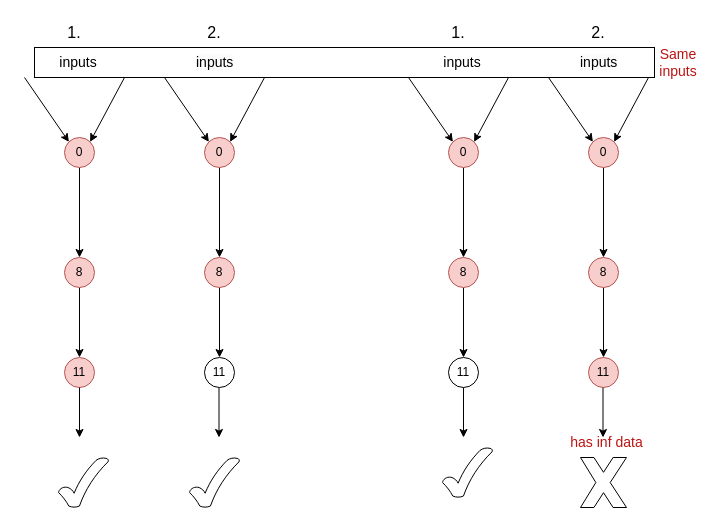
This is node.drawio from ABigDoge/MyDiagrams, a draw.io file, before an edit. Source tidied: cells renumbered, new cells numbered last; positions are measured from the earlier drawing's top-left corner, leaving out a move shared by most shapes. Both pictures are drawn from the tidied source at 100%, with x=0, y=0 at pixel (24, 17).
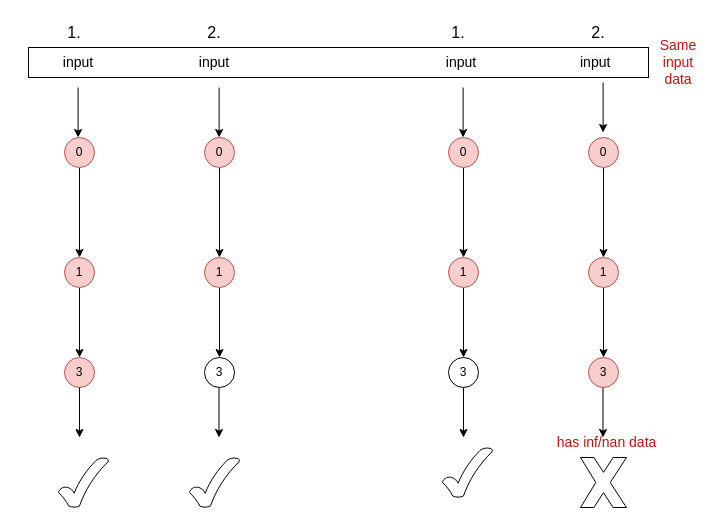
Above is the later version.

Unchanged cells that the change refers to:
```xml
<mxCell id="3" value="0" style="ellipse;whiteSpace=wrap;html=1;fillColor=#f8cecc;strokeColor=#b85450;" parent="1" vertex="1">
  <mxGeometry x="40" y="120" width="30" height="30" as="geometry" />
</mxCell>
<mxCell id="10" value="0" style="ellipse;whiteSpace=wrap;html=1;fillColor=#f8cecc;strokeColor=#b85450;" parent="1" vertex="1">
  <mxGeometry x="180" y="120" width="30" height="30" as="geometry" />
</mxCell>
<mxCell id="23" value="0" style="ellipse;whiteSpace=wrap;html=1;fillColor=#f8cecc;strokeColor=#b85450;" parent="1" vertex="1">
  <mxGeometry x="424" y="120" width="30" height="30" as="geometry" />
</mxCell>
<mxCell id="30" value="0" style="ellipse;whiteSpace=wrap;html=1;fillColor=#f8cecc;strokeColor=#b85450;" parent="1" vertex="1">
  <mxGeometry x="564" y="120" width="30" height="30" as="geometry" />
</mxCell>
```

Change to the diagram source:
```diff
@@
-    <mxCell id="5" value="8" style="ellipse;whiteSpace=wrap;html=1;fillColor=#f8cecc;strokeColor=#b85450;" parent="1" vertex="1">
+    <mxCell id="5" value="1" style="ellipse;whiteSpace=wrap;html=1;fillColor=#f8cecc;strokeColor=#b85450;" parent="1" vertex="1">
       <mxGeometry x="40" y="240" width="30" height="30" as="geometry" />
     </mxCell>
-    <mxCell id="6" value="11" style="ellipse;whiteSpace=wrap;html=1;fillColor=#f8cecc;strokeColor=#b85450;" parent="1" vertex="1">
+    <mxCell id="6" value="3" style="ellipse;whiteSpace=wrap;html=1;fillColor=#f8cecc;strokeColor=#b85450;" parent="1" vertex="1">
       <mxGeometry x="40" y="340" width="30" height="30" as="geometry" />
     </mxCell>
-    <mxCell id="7" style="endArrow=classic;html=1;rounded=0;entryX=0;entryY=0;entryDx=0;entryDy=0;" parent="1" edge="1" target="3">
-      <mxGeometry relative="1" as="geometry">
-        <mxPoint y="60" as="sourcePoint" />
-      </mxGeometry>
-    </mxCell>
-    <mxCell id="8" style="endArrow=classic;html=1;rounded=0;entryX=1;entryY=0;entryDx=0;entryDy=0;" parent="1" edge="1" target="3">
-      <mxGeometry relative="1" as="geometry">
-        <mxPoint x="100" y="60" as="sourcePoint" />
-      </mxGeometry>
-    </mxCell>
@@
-    <mxCell id="12" value="8" style="ellipse;whiteSpace=wrap;html=1;fillColor=#f8cecc;strokeColor=#b85450;" parent="1" vertex="1">
+    <mxCell id="12" value="1" style="ellipse;whiteSpace=wrap;html=1;fillColor=#f8cecc;strokeColor=#b85450;" parent="1" vertex="1">
       <mxGeometry x="180" y="240" width="30" height="30" as="geometry" />
     </mxCell>
-    <mxCell id="13" value="11" style="ellipse;whiteSpace=wrap;html=1;" parent="1" vertex="1">
+    <mxCell id="13" value="3" style="ellipse;whiteSpace=wrap;html=1;" parent="1" vertex="1">
       <mxGeometry x="180" y="340" width="30" height="30" as="geometry" />
     </mxCell>
-    <mxCell id="14" style="endArrow=classic;html=1;rounded=0;entryX=0;entryY=0;entryDx=0;entryDy=0;" parent="1" edge="1" target="10">
-      <mxGeometry relative="1" as="geometry">
-        <mxPoint x="140" y="60" as="sourcePoint" />
-      </mxGeometry>
-    </mxCell>
-    <mxCell id="15" style="endArrow=classic;html=1;rounded=0;entryX=1;entryY=0;entryDx=0;entryDy=0;" parent="1" edge="1" target="10">
-      <mxGeometry relative="1" as="geometry">
-        <mxPoint x="240" y="60" as="sourcePoint" />
-      </mxGeometry>
-    </mxCell>
-    <mxCell id="16" value="&lt;font style=&quot;font-size: 14px;&quot;&gt;inputs&lt;/font&gt;" style="text;html=1;strokeColor=none;fillColor=none;align=center;verticalAlign=middle;whiteSpace=wrap;rounded=0;" parent="1" vertex="1">
+    <mxCell id="16" value="&lt;font style=&quot;font-size: 14px;&quot;&gt;input&lt;/font&gt;" style="text;html=1;strokeColor=none;fillColor=none;align=center;verticalAlign=middle;whiteSpace=wrap;rounded=0;" parent="1" vertex="1">
       <mxGeometry x="24" y="30" width="60" height="30" as="geometry" />
     </mxCell>
-    <mxCell id="17" value="&lt;span style=&quot;color: rgb(0, 0, 0); font-family: Helvetica; font-size: 14px; font-style: normal; font-variant-ligatures: normal; font-variant-caps: normal; font-weight: 400; letter-spacing: normal; orphans: 2; text-align: center; text-indent: 0px; text-transform: none; widows: 2; word-spacing: 0px; -webkit-text-stroke-width: 0px; background-color: rgb(251, 251, 251); text-decoration-thickness: initial; text-decoration-style: initial; text-decoration-color: initial; float: none; display: inline !important;&quot;&gt;inputs&lt;/span&gt;" style="text;whiteSpace=wrap;html=1;" parent="1" vertex="1">
-      <mxGeometry x="170" y="30" width="70" height="40" as="geometry" />
-    </mxCell>
@@
-    <mxCell id="25" value="8" style="ellipse;whiteSpace=wrap;html=1;fillColor=#f8cecc;strokeColor=#b85450;" parent="1" vertex="1">
+    <mxCell id="25" value="1" style="ellipse;whiteSpace=wrap;html=1;fillColor=#f8cecc;strokeColor=#b85450;" parent="1" vertex="1">
       <mxGeometry x="424" y="240" width="30" height="30" as="geometry" />
     </mxCell>
-    <mxCell id="26" value="11" style="ellipse;whiteSpace=wrap;html=1;" parent="1" vertex="1">
+    <mxCell id="26" value="3" style="ellipse;whiteSpace=wrap;html=1;" parent="1" vertex="1">
       <mxGeometry x="424" y="340" width="30" height="30" as="geometry" />
     </mxCell>
-    <mxCell id="27" style="endArrow=classic;html=1;rounded=0;entryX=0;entryY=0;entryDx=0;entryDy=0;" parent="1" edge="1" target="23">
-      <mxGeometry relative="1" as="geometry">
-        <mxPoint x="384" y="60" as="sourcePoint" />
-      </mxGeometry>
-    </mxCell>
-    <mxCell id="28" style="endArrow=classic;html=1;rounded=0;entryX=1;entryY=0;entryDx=0;entryDy=0;" parent="1" edge="1" target="23">
-      <mxGeometry relative="1" as="geometry">
-        <mxPoint x="484" y="60" as="sourcePoint" />
-      </mxGeometry>
-    </mxCell>
@@
-    <mxCell id="32" value="8" style="ellipse;whiteSpace=wrap;html=1;fillColor=#f8cecc;strokeColor=#b85450;" parent="1" vertex="1">
+    <mxCell id="32" value="1" style="ellipse;whiteSpace=wrap;html=1;fillColor=#f8cecc;strokeColor=#b85450;" parent="1" vertex="1">
       <mxGeometry x="564" y="240" width="30" height="30" as="geometry" />
     </mxCell>
-    <mxCell id="33" value="11" style="ellipse;whiteSpace=wrap;html=1;fillColor=#f8cecc;strokeColor=#b85450;" parent="1" vertex="1">
+    <mxCell id="33" value="3" style="ellipse;whiteSpace=wrap;html=1;fillColor=#f8cecc;strokeColor=#b85450;" parent="1" vertex="1">
       <mxGeometry x="564" y="340" width="30" height="30" as="geometry" />
     </mxCell>
-    <mxCell id="34" style="endArrow=classic;html=1;rounded=0;entryX=0;entryY=0;entryDx=0;entryDy=0;" parent="1" edge="1" target="30">
-      <mxGeometry relative="1" as="geometry">
-        <mxPoint x="524" y="60" as="sourcePoint" />
-      </mxGeometry>
-    </mxCell>
-    <mxCell id="35" style="endArrow=classic;html=1;rounded=0;entryX=1;entryY=0;entryDx=0;entryDy=0;" parent="1" edge="1" target="30">
-      <mxGeometry relative="1" as="geometry">
-        <mxPoint x="624" y="60" as="sourcePoint" />
-      </mxGeometry>
-    </mxCell>
-    <mxCell id="36" value="&lt;font style=&quot;font-size: 14px;&quot;&gt;inputs&lt;/font&gt;" style="text;html=1;strokeColor=none;fillColor=none;align=center;verticalAlign=middle;whiteSpace=wrap;rounded=0;" parent="1" vertex="1">
-      <mxGeometry x="408" y="30" width="60" height="30" as="geometry" />
-    </mxCell>
-    <mxCell id="37" value="&lt;span style=&quot;color: rgb(0, 0, 0); font-family: Helvetica; font-size: 14px; font-style: normal; font-variant-ligatures: normal; font-variant-caps: normal; font-weight: 400; letter-spacing: normal; orphans: 2; text-align: center; text-indent: 0px; text-transform: none; widows: 2; word-spacing: 0px; -webkit-text-stroke-width: 0px; background-color: rgb(251, 251, 251); text-decoration-thickness: initial; text-decoration-style: initial; text-decoration-color: initial; float: none; display: inline !important;&quot;&gt;inputs&lt;/span&gt;" style="text;whiteSpace=wrap;html=1;" parent="1" vertex="1">
+    <mxCell id="37" value="&lt;span style=&quot;color: rgb(0, 0, 0); font-family: Helvetica; font-size: 14px; font-style: normal; font-variant-ligatures: normal; font-variant-caps: normal; font-weight: 400; letter-spacing: normal; orphans: 2; text-align: center; text-indent: 0px; text-transform: none; widows: 2; word-spacing: 0px; -webkit-text-stroke-width: 0px; background-color: rgb(251, 251, 251); text-decoration-thickness: initial; text-decoration-style: initial; text-decoration-color: initial; float: none; display: inline !important;&quot;&gt;input&lt;/span&gt;" style="text;whiteSpace=wrap;html=1;" parent="1" vertex="1">
       <mxGeometry x="554" y="30" width="70" height="40" as="geometry" />
     </mxCell>
@@
     <mxCell id="42" style="rounded=0;whiteSpace=wrap;html=1;fillColor=none;" parent="1" vertex="1">
-      <mxGeometry x="10" y="30" width="620" height="30" as="geometry" />
+      <mxGeometry x="4" y="30" width="620" height="30" as="geometry" />
     </mxCell>
-    <mxCell id="43" value="&lt;font color=&quot;#bd1313&quot; style=&quot;font-size: 14px;&quot;&gt;Same inputs&lt;/font&gt;" style="text;html=1;strokeColor=none;fillColor=none;align=center;verticalAlign=middle;whiteSpace=wrap;rounded=0;" parent="1" vertex="1">
+    <mxCell id="43" value="&lt;font color=&quot;#bd1313&quot; style=&quot;font-size: 14px;&quot;&gt;Same input data&lt;/font&gt;" style="text;html=1;strokeColor=none;fillColor=none;align=center;verticalAlign=middle;whiteSpace=wrap;rounded=0;" parent="1" vertex="1">
       <mxGeometry x="624" y="30" width="60" height="30" as="geometry" />
     </mxCell>
@@
-    <mxCell id="48" value="&lt;font color=&quot;#bd1313&quot;&gt;&lt;span style=&quot;font-size: 14px;&quot;&gt;has inf data&lt;/span&gt;&lt;/font&gt;" style="text;html=1;strokeColor=none;fillColor=none;align=center;verticalAlign=middle;whiteSpace=wrap;rounded=0;" parent="1" vertex="1">
+    <mxCell id="48" value="&lt;font color=&quot;#bd1313&quot;&gt;&lt;span style=&quot;font-size: 14px;&quot;&gt;has inf/nan data&lt;/span&gt;&lt;/font&gt;" style="text;html=1;strokeColor=none;fillColor=none;align=center;verticalAlign=middle;whiteSpace=wrap;rounded=0;" parent="1" vertex="1">
       <mxGeometry x="526" y="410" width="113" height="30" as="geometry" />
     </mxCell>
+    <mxCell id="49" style="endArrow=classic;html=1;rounded=0;exitX=0.5;exitY=1;exitDx=0;exitDy=0;" parent="1" edge="1">
+      <mxGeometry relative="1" as="geometry">
+        <mxPoint x="53.6" y="70" as="sourcePoint" />
+        <mxPoint x="53.6" y="120" as="targetPoint" />
+      </mxGeometry>
+    </mxCell>
+    <mxCell id="50" style="endArrow=classic;html=1;rounded=0;exitX=0.5;exitY=1;exitDx=0;exitDy=0;" parent="1" edge="1">
+      <mxGeometry relative="1" as="geometry">
+        <mxPoint x="194.6" y="70" as="sourcePoint" />
+        <mxPoint x="194.6" y="120" as="targetPoint" />
+      </mxGeometry>
+    </mxCell>
+    <mxCell id="51" style="endArrow=classic;html=1;rounded=0;exitX=0.5;exitY=1;exitDx=0;exitDy=0;" parent="1" edge="1">
+      <mxGeometry relative="1" as="geometry">
+        <mxPoint x="438.6" y="70" as="sourcePoint" />
+        <mxPoint x="438.6" y="120" as="targetPoint" />
+      </mxGeometry>
+    </mxCell>
+    <mxCell id="52" style="endArrow=classic;html=1;rounded=0;exitX=0.5;exitY=1;exitDx=0;exitDy=0;" parent="1" edge="1">
+      <mxGeometry relative="1" as="geometry">
+        <mxPoint x="578.6" y="65" as="sourcePoint" />
+        <mxPoint x="578.6" y="115" as="targetPoint" />
+      </mxGeometry>
+    </mxCell>
+    <mxCell id="53" value="&lt;font style=&quot;font-size: 14px;&quot;&gt;input&lt;/font&gt;" style="text;html=1;strokeColor=none;fillColor=none;align=center;verticalAlign=middle;whiteSpace=wrap;rounded=0;" parent="1" vertex="1">
+      <mxGeometry x="160" y="30" width="60" height="30" as="geometry" />
+    </mxCell>
+    <mxCell id="54" value="&lt;font style=&quot;font-size: 14px;&quot;&gt;input&lt;/font&gt;" style="text;html=1;strokeColor=none;fillColor=none;align=center;verticalAlign=middle;whiteSpace=wrap;rounded=0;" parent="1" vertex="1">
+      <mxGeometry x="410" y="30" width="54" height="30" as="geometry" />
+    </mxCell>
```
